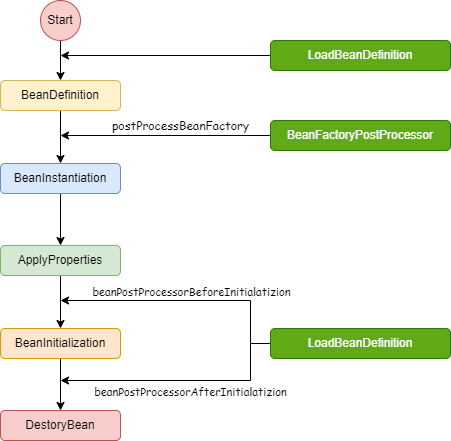
This is assets/BeanFactoryPostProcessorAndBeanPostProcessor.png from jjokerrr/mini-spring, a draw.io export, as it was before one commit. Source tidied: cells renumbered, new cells last; positions are measured from the earlier drawing's top-left corner, leaving out a move shared by most shapes.
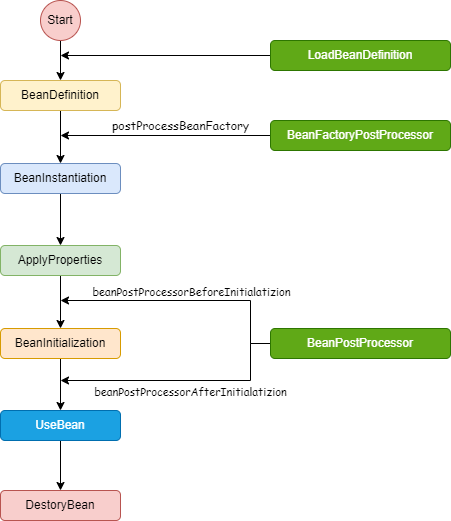
The same diagram one commit later.

What changed in the source:
```diff
@@ -63,10 +63,13 @@
         </Array>
       </mxGeometry>
     </mxCell>
-    <mxCell id="17" value="LoadBeanDefinition" style="rounded=1;whiteSpace=wrap;html=1;fillColor=#60a917;strokeColor=#2D7600;fontColor=#ffffff;" parent="1" vertex="1">
+    <mxCell id="17" value="BeanPostProcessor" style="rounded=1;whiteSpace=wrap;html=1;fillColor=#60a917;strokeColor=#2D7600;fontColor=#ffffff;" parent="1" vertex="1">
       <mxGeometry x="270" y="328" width="180" height="30" as="geometry" />
     </mxCell>
+    <mxCell id="23" style="edgeStyle=orthogonalEdgeStyle;rounded=0;jettySize=auto;html=1;exitX=0.5;exitY=1;exitDx=0;exitDy=0;entryX=0.5;entryY=0;entryDx=0;entryDy=0;" parent="1" edge="1" source="18" target="24">
+      <mxGeometry relative="1" as="geometry" />
+    </mxCell>
-    <mxCell id="18" value="DestoryBean" style="rounded=1;whiteSpace=wrap;html=1;fillColor=#f8cecc;strokeColor=#b85450;" parent="1" vertex="1">
+    <mxCell id="18" value="UseBean" style="rounded=1;whiteSpace=wrap;html=1;fillColor=#1ba1e2;strokeColor=#006EAF;fontColor=#ffffff;" parent="1" vertex="1">
       <mxGeometry y="410" width="120" height="30" as="geometry" />
     </mxCell>
     <mxCell id="19" style="edgeStyle=orthogonalEdgeStyle;rounded=0;jettySize=auto;html=1;exitX=0;exitY=0.5;exitDx=0;exitDy=0;" parent="1" edge="1" source="20">
@@ -83,5 +86,8 @@
     <mxCell id="22" value="beanPostProcessorAfterInitialatizion" style="edgeLabel;html=1;align=center;verticalAlign=middle;fontFamily=Comic Sans MS;" parent="1" vertex="1">
       <mxGeometry x="190" y="390" as="geometry" />
     </mxCell>
+    <mxCell id="24" value="DestoryBean" style="rounded=1;whiteSpace=wrap;html=1;fillColor=#f8cecc;strokeColor=#b85450;" parent="1" vertex="1">
+      <mxGeometry y="490" width="120" height="30" as="geometry" />
+    </mxCell>
   </root>
 </mxGraphModel>
```
